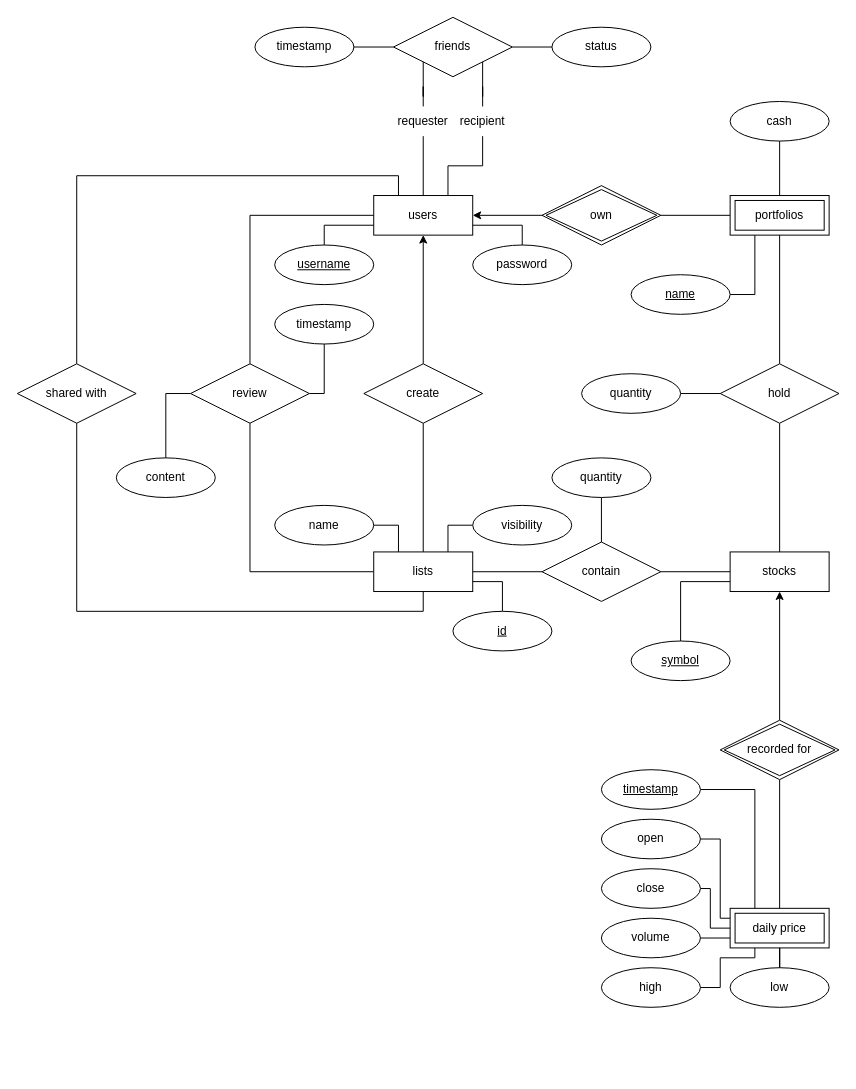
Before: ERD.drawio in BrookMaoDev/StockSocialNetwork, a draw.io diagram. Source tidied: cells renumbered, new cells numbered last; positions are measured from the earlier drawing's top-left corner, leaving out a move shared by most shapes. Both pictures are drawn from the tidied source at 99%, with x=0, y=0 at pixel (17, 17).
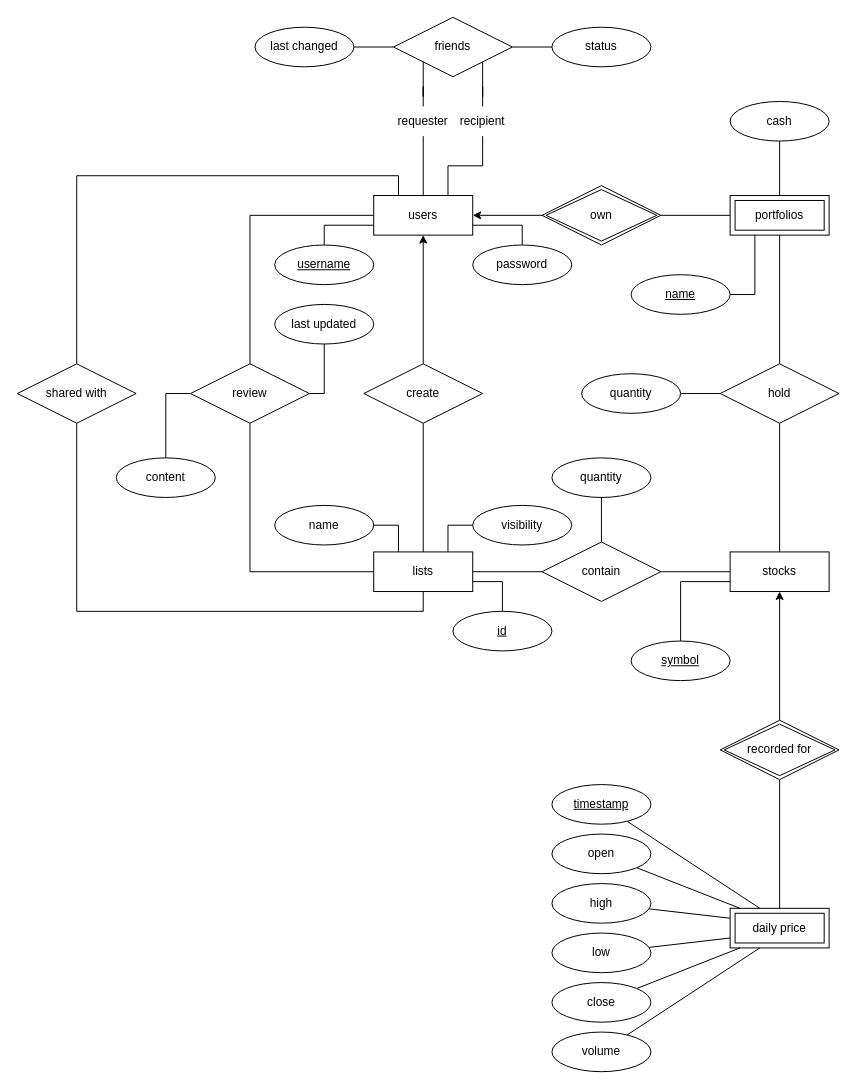
After the change.

Commit message:
Polish ERD

The change refers to these unchanged cells:
```xml
<mxCell id="33" value="daily price" style="shape=ext;margin=3;double=1;whiteSpace=wrap;html=1;align=center;" parent="1" vertex="1">
  <mxGeometry x="720" y="900" width="100" height="40" as="geometry" />
</mxCell>
```

Change to the diagram source:
```diff
@@
-    <mxCell id="46" style="edgeStyle=orthogonalEdgeStyle;shape=connector;rounded=0;jettySize=auto;html=1;exitX=1;exitY=0.5;exitDx=0;exitDy=0;entryX=0.25;entryY=0;entryDx=0;entryDy=0;strokeColor=default;align=center;verticalAlign=middle;fontFamily=Helvetica;fontSize=11;fontColor=default;labelBackgroundColor=default;endArrow=none;endFill=0;" parent="1" edge="1" source="47" target="33">
+    <mxCell id="46" style="shape=connector;rounded=0;jettySize=auto;html=1;strokeColor=default;align=center;verticalAlign=middle;fontFamily=Helvetica;fontSize=11;fontColor=default;labelBackgroundColor=default;endArrow=none;endFill=0;entryX=0.3;entryY=0.0;entryDx=0;entryDy=0;" parent="1" edge="1" source="47" target="33">
       <mxGeometry relative="1" as="geometry" />
     </mxCell>
     <mxCell id="47" value="timestamp" style="ellipse;whiteSpace=wrap;html=1;align=center;fontStyle=20;" parent="1" vertex="1">
-      <mxGeometry x="590" y="760" width="100" height="40" as="geometry" />
+      <mxGeometry x="540" y="775" width="100" height="40" as="geometry" />
     </mxCell>
-    <mxCell id="48" style="edgeStyle=orthogonalEdgeStyle;shape=connector;rounded=0;jettySize=auto;html=1;exitX=1;exitY=0.5;exitDx=0;exitDy=0;entryX=0;entryY=0.25;entryDx=0;entryDy=0;strokeColor=default;align=center;verticalAlign=middle;fontFamily=Helvetica;fontSize=11;fontColor=default;labelBackgroundColor=default;endArrow=none;endFill=0;" parent="1" edge="1" source="49" target="33">
-      <mxGeometry x="0.2" relative="1" as="geometry">
-        <Array as="points">
-          <mxPoint x="710" y="830" />
-          <mxPoint x="710" y="910" />
-        </Array>
-      </mxGeometry>
+    <mxCell id="48" style="shape=connector;rounded=0;jettySize=auto;html=1;strokeColor=default;align=center;verticalAlign=middle;fontFamily=Helvetica;fontSize=11;fontColor=default;labelBackgroundColor=default;endArrow=none;endFill=0;entryX=0.1;entryY=0.0;entryDx=0;entryDy=0;" parent="1" edge="1" source="49" target="33">
+      <mxGeometry relative="1" as="geometry" />
     </mxCell>
     <mxCell id="49" value="open" style="ellipse;whiteSpace=wrap;html=1;align=center;" parent="1" vertex="1">
-      <mxGeometry x="590" y="810" width="100" height="40" as="geometry" />
+      <mxGeometry x="540" y="825" width="100" height="40" as="geometry" />
     </mxCell>
-    <mxCell id="50" style="edgeStyle=orthogonalEdgeStyle;shape=connector;rounded=0;jettySize=auto;html=1;exitX=1;exitY=0.5;exitDx=0;exitDy=0;entryX=0;entryY=0.5;entryDx=0;entryDy=0;strokeColor=default;align=center;verticalAlign=middle;fontFamily=Helvetica;fontSize=11;fontColor=default;labelBackgroundColor=default;endArrow=none;endFill=0;" parent="1" edge="1" source="51" target="33">
-      <mxGeometry relative="1" as="geometry">
-        <Array as="points">
-          <mxPoint x="700" y="880" />
-          <mxPoint x="700" y="920" />
-        </Array>
-      </mxGeometry>
+    <mxCell id="50" style="shape=connector;rounded=0;jettySize=auto;html=1;strokeColor=default;align=center;verticalAlign=middle;fontFamily=Helvetica;fontSize=11;fontColor=default;labelBackgroundColor=default;endArrow=none;endFill=0;entryX=0.1;entryY=1.0;entryDx=0;entryDy=0;" parent="1" edge="1" source="51" target="33">
+      <mxGeometry relative="1" as="geometry" />
     </mxCell>
     <mxCell id="51" value="close" style="ellipse;whiteSpace=wrap;html=1;align=center;" parent="1" vertex="1">
-      <mxGeometry x="590" y="860" width="100" height="40" as="geometry" />
+      <mxGeometry x="540" y="975" width="100" height="40" as="geometry" />
     </mxCell>
-    <mxCell id="52" style="edgeStyle=orthogonalEdgeStyle;shape=connector;rounded=0;jettySize=auto;html=1;exitX=1;exitY=0.5;exitDx=0;exitDy=0;entryX=0;entryY=0.75;entryDx=0;entryDy=0;strokeColor=default;align=center;verticalAlign=middle;fontFamily=Helvetica;fontSize=11;fontColor=default;labelBackgroundColor=default;endArrow=none;endFill=0;" parent="1" edge="1" source="53" target="33">
+    <mxCell id="52" style="shape=connector;rounded=0;jettySize=auto;html=1;strokeColor=default;align=center;verticalAlign=middle;fontFamily=Helvetica;fontSize=11;fontColor=default;labelBackgroundColor=default;endArrow=none;endFill=0;entryX=0.3;entryY=1.0;entryDx=0;entryDy=0;" parent="1" edge="1" source="53" target="33">
       <mxGeometry relative="1" as="geometry" />
     </mxCell>
     <mxCell id="53" value="volume" style="ellipse;whiteSpace=wrap;html=1;align=center;" parent="1" vertex="1">
-      <mxGeometry x="590" y="910" width="100" height="40" as="geometry" />
+      <mxGeometry x="540" y="1025" width="100" height="40" as="geometry" />
     </mxCell>
-    <mxCell id="54" style="edgeStyle=orthogonalEdgeStyle;shape=connector;rounded=0;jettySize=auto;html=1;exitX=1;exitY=0.5;exitDx=0;exitDy=0;entryX=0.25;entryY=1;entryDx=0;entryDy=0;strokeColor=default;align=center;verticalAlign=middle;fontFamily=Helvetica;fontSize=11;fontColor=default;labelBackgroundColor=default;endArrow=none;endFill=0;" parent="1" edge="1" source="55" target="33">
-      <mxGeometry x="0.01" relative="1" as="geometry">
-        <Array as="points">
-          <mxPoint x="710" y="980" />
-          <mxPoint x="710" y="950" />
-          <mxPoint x="745" y="950" />
-        </Array>
-      </mxGeometry>
+    <mxCell id="54" style="shape=connector;rounded=0;jettySize=auto;html=1;strokeColor=default;align=center;verticalAlign=middle;fontFamily=Helvetica;fontSize=11;fontColor=default;labelBackgroundColor=default;endArrow=none;endFill=0;entryX=0.0;entryY=0.25;entryDx=0;entryDy=0;" parent="1" edge="1" source="55" target="33">
+      <mxGeometry relative="1" as="geometry" />
     </mxCell>
     <mxCell id="55" value="high" style="ellipse;whiteSpace=wrap;html=1;align=center;" parent="1" vertex="1">
-      <mxGeometry x="590" y="960" width="100" height="40" as="geometry" />
+      <mxGeometry x="540" y="875" width="100" height="40" as="geometry" />
     </mxCell>
-    <mxCell id="56" style="edgeStyle=orthogonalEdgeStyle;shape=connector;rounded=0;jettySize=auto;html=1;strokeColor=default;align=center;verticalAlign=middle;fontFamily=Helvetica;fontSize=11;fontColor=default;labelBackgroundColor=default;endArrow=none;endFill=0;" parent="1" edge="1" source="57" target="33">
+    <mxCell id="56" style="shape=connector;rounded=0;jettySize=auto;html=1;strokeColor=default;align=center;verticalAlign=middle;fontFamily=Helvetica;fontSize=11;fontColor=default;labelBackgroundColor=default;endArrow=none;endFill=0;entryX=0.0;entryY=0.75;entryDx=0;entryDy=0;" parent="1" edge="1" source="57" target="33">
       <mxGeometry relative="1" as="geometry" />
     </mxCell>
     <mxCell id="57" value="low" style="ellipse;whiteSpace=wrap;html=1;align=center;" parent="1" vertex="1">
-      <mxGeometry x="720" y="960" width="100" height="40" as="geometry" />
+      <mxGeometry x="540" y="925" width="100" height="40" as="geometry" />
     </mxCell>
@@
-    <mxCell id="72" value="timestamp" style="ellipse;whiteSpace=wrap;html=1;align=center;" parent="1" vertex="1">
+    <mxCell id="72" value="last updated" style="ellipse;whiteSpace=wrap;html=1;align=center;" parent="1" vertex="1">
       <mxGeometry x="260" y="290" width="100" height="40" as="geometry" />
     </mxCell>
@@
-    <mxCell id="74" value="timestamp" style="ellipse;whiteSpace=wrap;html=1;align=center;" parent="1" vertex="1">
+    <mxCell id="74" value="last changed" style="ellipse;whiteSpace=wrap;html=1;align=center;" parent="1" vertex="1">
       <mxGeometry x="240" y="10" width="100" height="40" as="geometry" />
     </mxCell>
```
